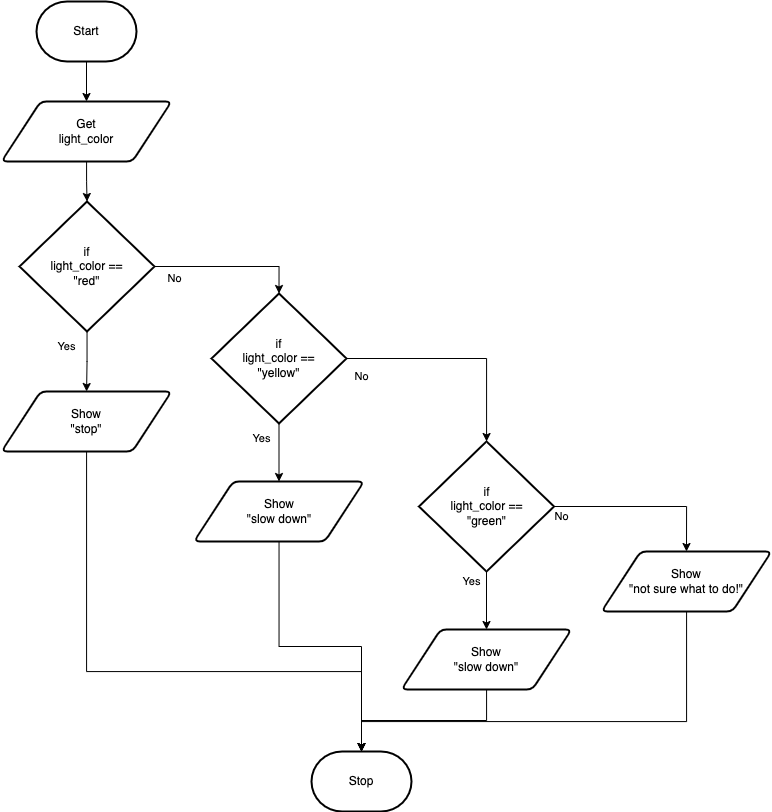
Before: docs/structured-problem-solving/images/flowchart-if-then-elseif-else.png, a diagram exported from draw.io (Mr-Coxall/Computer-Based-Problem-Solving). Source tidied: cells renumbered, new cells last; positions are measured from the earlier drawing's top-left corner, leaving out a move shared by most shapes. The source it was exported from:
```xml
<mxGraphModel>
  <root>
    <mxCell id="0" />
    <mxCell id="1" parent="0" />
    <mxCell id="2" style="edgeStyle=orthogonalEdgeStyle;html=1;rounded=0;" parent="1" edge="1" source="3" target="5">
      <mxGeometry relative="1" as="geometry" />
    </mxCell>
    <mxCell id="3" value="Start" style="strokeWidth=2;html=1;shape=mxgraph.flowchart.terminator;whiteSpace=wrap;" parent="1" vertex="1">
      <mxGeometry x="35" width="100" height="60" as="geometry" />
    </mxCell>
    <mxCell id="4" style="edgeStyle=orthogonalEdgeStyle;html=1;rounded=0;" parent="1" edge="1" source="5" target="10">
      <mxGeometry relative="1" as="geometry" />
    </mxCell>
    <mxCell id="5" value="Get&lt;br&gt;light_color" style="shape=parallelogram;html=1;strokeWidth=2;perimeter=parallelogramPerimeter;whiteSpace=wrap;rounded=1;arcSize=12;size=0.23;" parent="1" vertex="1">
      <mxGeometry y="100" width="170" height="60" as="geometry" />
    </mxCell>
    <mxCell id="6" value="Stop" style="strokeWidth=2;html=1;shape=mxgraph.flowchart.terminator;whiteSpace=wrap;" parent="1" vertex="1">
      <mxGeometry x="310" y="750" width="100" height="60" as="geometry" />
    </mxCell>
    <mxCell id="7" style="edgeStyle=none;html=1;strokeColor=none;rounded=0;" parent="1" edge="1" source="10" target="12">
      <mxGeometry relative="1" as="geometry" />
    </mxCell>
    <mxCell id="8" style="edgeStyle=orthogonalEdgeStyle;rounded=0;html=1;" parent="1" edge="1" source="10" target="12">
      <mxGeometry relative="1" as="geometry" />
    </mxCell>
    <mxCell id="9" style="edgeStyle=orthogonalEdgeStyle;shape=connector;rounded=0;html=1;entryX=0.5;entryY=0;entryDx=0;entryDy=0;entryPerimeter=0;labelBackgroundColor=default;strokeColor=default;fontFamily=Helvetica;fontSize=11;fontColor=default;endArrow=classic;" parent="1" edge="1" source="10" target="17">
      <mxGeometry relative="1" as="geometry" />
    </mxCell>
    <mxCell id="10" value="if&lt;br&gt;light_color ==&lt;br&gt;&quot;red&quot;" style="strokeWidth=2;html=1;shape=mxgraph.flowchart.decision;whiteSpace=wrap;" parent="1" vertex="1">
      <mxGeometry x="18" y="200" width="135" height="130" as="geometry" />
    </mxCell>
    <mxCell id="11" style="edgeStyle=orthogonalEdgeStyle;shape=connector;rounded=0;html=1;labelBackgroundColor=default;strokeColor=default;fontFamily=Helvetica;fontSize=11;fontColor=default;endArrow=classic;" parent="1" edge="1" source="12" target="6">
      <mxGeometry relative="1" as="geometry">
        <Array as="points">
          <mxPoint x="85" y="670" />
          <mxPoint x="360" y="670" />
        </Array>
      </mxGeometry>
    </mxCell>
    <mxCell id="12" value="Show&lt;br&gt;&quot;stop&quot;" style="shape=parallelogram;html=1;strokeWidth=2;perimeter=parallelogramPerimeter;whiteSpace=wrap;rounded=1;arcSize=12;size=0.23;" parent="1" vertex="1">
      <mxGeometry y="390" width="170" height="60" as="geometry" />
    </mxCell>
    <mxCell id="13" value="Yes" style="text;html=1;align=center;verticalAlign=middle;strokeColor=none;fillColor=none;fontSize=11;fontFamily=Helvetica;fontColor=default;" parent="1" vertex="1">
      <mxGeometry x="45" y="330" width="40" height="30" as="geometry" />
    </mxCell>
    <mxCell id="14" value="No" style="text;html=1;align=center;verticalAlign=middle;strokeColor=none;fillColor=none;fontSize=11;fontFamily=Helvetica;fontColor=default;" parent="1" vertex="1">
      <mxGeometry x="153" y="262" width="40" height="30" as="geometry" />
    </mxCell>
    <mxCell id="15" style="edgeStyle=orthogonalEdgeStyle;shape=connector;rounded=0;html=1;labelBackgroundColor=default;strokeColor=default;fontFamily=Helvetica;fontSize=11;fontColor=default;endArrow=classic;" parent="1" edge="1" source="17" target="19">
      <mxGeometry relative="1" as="geometry" />
    </mxCell>
    <mxCell id="16" style="edgeStyle=orthogonalEdgeStyle;shape=connector;rounded=0;html=1;labelBackgroundColor=default;strokeColor=default;fontFamily=Helvetica;fontSize=11;fontColor=default;endArrow=classic;" parent="1" edge="1" source="17" target="22">
      <mxGeometry relative="1" as="geometry" />
    </mxCell>
    <mxCell id="17" value="if&lt;br&gt;light_color ==&lt;br&gt;&quot;yellow&quot;" style="strokeWidth=2;html=1;shape=mxgraph.flowchart.decision;whiteSpace=wrap;" parent="1" vertex="1">
      <mxGeometry x="210" y="292" width="135" height="130" as="geometry" />
    </mxCell>
    <mxCell id="18" style="edgeStyle=orthogonalEdgeStyle;shape=connector;rounded=0;html=1;labelBackgroundColor=default;strokeColor=default;fontFamily=Helvetica;fontSize=11;fontColor=default;endArrow=classic;" parent="1" edge="1" source="19" target="6">
      <mxGeometry relative="1" as="geometry" />
    </mxCell>
    <mxCell id="19" value="Show&lt;br&gt;&quot;slow down&quot;" style="shape=parallelogram;html=1;strokeWidth=2;perimeter=parallelogramPerimeter;whiteSpace=wrap;rounded=1;arcSize=12;size=0.23;" parent="1" vertex="1">
      <mxGeometry x="192.5" y="480" width="170" height="60" as="geometry" />
    </mxCell>
    <mxCell id="20" style="edgeStyle=orthogonalEdgeStyle;shape=connector;rounded=0;html=1;labelBackgroundColor=default;strokeColor=default;fontFamily=Helvetica;fontSize=11;fontColor=default;endArrow=classic;" parent="1" edge="1" source="22" target="24">
      <mxGeometry relative="1" as="geometry" />
    </mxCell>
    <mxCell id="21" style="edgeStyle=orthogonalEdgeStyle;shape=connector;rounded=0;html=1;entryX=0.5;entryY=0;entryDx=0;entryDy=0;labelBackgroundColor=default;strokeColor=default;fontFamily=Helvetica;fontSize=11;fontColor=default;endArrow=classic;" parent="1" edge="1" source="22" target="26">
      <mxGeometry relative="1" as="geometry" />
    </mxCell>
    <mxCell id="22" value="if&lt;br&gt;light_color ==&lt;br&gt;&quot;green&quot;" style="strokeWidth=2;html=1;shape=mxgraph.flowchart.decision;whiteSpace=wrap;" parent="1" vertex="1">
      <mxGeometry x="417.5" y="440" width="135" height="130" as="geometry" />
    </mxCell>
    <mxCell id="23" style="edgeStyle=orthogonalEdgeStyle;shape=connector;rounded=0;html=1;labelBackgroundColor=default;strokeColor=default;fontFamily=Helvetica;fontSize=11;fontColor=default;endArrow=classic;" parent="1" edge="1" source="24" target="6">
      <mxGeometry relative="1" as="geometry" />
    </mxCell>
    <mxCell id="24" value="Show&lt;br&gt;&quot;slow down&quot;" style="shape=parallelogram;html=1;strokeWidth=2;perimeter=parallelogramPerimeter;whiteSpace=wrap;rounded=1;arcSize=12;size=0.23;" parent="1" vertex="1">
      <mxGeometry x="400" y="628" width="170" height="60" as="geometry" />
    </mxCell>
    <mxCell id="25" style="edgeStyle=orthogonalEdgeStyle;shape=connector;rounded=0;html=1;labelBackgroundColor=default;strokeColor=default;fontFamily=Helvetica;fontSize=11;fontColor=default;endArrow=classic;" parent="1" edge="1" source="26" target="6">
      <mxGeometry relative="1" as="geometry">
        <Array as="points">
          <mxPoint x="685" y="720" />
          <mxPoint x="360" y="720" />
        </Array>
      </mxGeometry>
    </mxCell>
    <mxCell id="26" value="Show&lt;br&gt;&quot;not sure what to do!&quot;" style="shape=parallelogram;html=1;strokeWidth=2;perimeter=parallelogramPerimeter;whiteSpace=wrap;rounded=1;arcSize=12;size=0.23;" parent="1" vertex="1">
      <mxGeometry x="600" y="550" width="170" height="60" as="geometry" />
    </mxCell>
    <mxCell id="27" value="Yes" style="text;html=1;align=center;verticalAlign=middle;strokeColor=none;fillColor=none;fontSize=11;fontFamily=Helvetica;fontColor=default;" parent="1" vertex="1">
      <mxGeometry x="240" y="422" width="40" height="30" as="geometry" />
    </mxCell>
    <mxCell id="28" value="No" style="text;html=1;align=center;verticalAlign=middle;strokeColor=none;fillColor=none;fontSize=11;fontFamily=Helvetica;fontColor=default;" parent="1" vertex="1">
      <mxGeometry x="340" y="360" width="40" height="30" as="geometry" />
    </mxCell>
    <mxCell id="29" value="No" style="text;html=1;align=center;verticalAlign=middle;strokeColor=none;fillColor=none;fontSize=11;fontFamily=Helvetica;fontColor=default;" parent="1" vertex="1">
      <mxGeometry x="540" y="500" width="40" height="30" as="geometry" />
    </mxCell>
    <mxCell id="30" value="Yes" style="text;html=1;align=center;verticalAlign=middle;strokeColor=none;fillColor=none;fontSize=11;fontFamily=Helvetica;fontColor=default;" parent="1" vertex="1">
      <mxGeometry x="450" y="565" width="40" height="30" as="geometry" />
    </mxCell>
  </root>
</mxGraphModel>
```
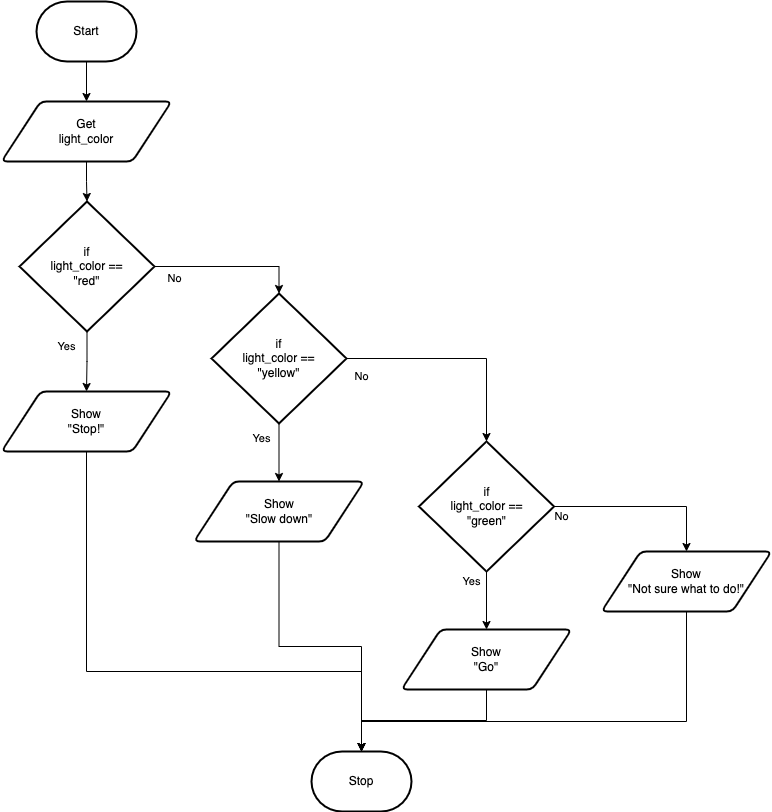
After the change.

Change to the diagram source:
```diff
@@ -37,7 +37,7 @@
         </Array>
       </mxGeometry>
     </mxCell>
-    <mxCell id="12" value="Show&lt;br&gt;&quot;stop&quot;" style="shape=parallelogram;html=1;strokeWidth=2;perimeter=parallelogramPerimeter;whiteSpace=wrap;rounded=1;arcSize=12;size=0.23;" parent="1" vertex="1">
+    <mxCell id="12" value="Show&lt;br&gt;&quot;Stop!&quot;" style="shape=parallelogram;html=1;strokeWidth=2;perimeter=parallelogramPerimeter;whiteSpace=wrap;rounded=1;arcSize=12;size=0.23;" parent="1" vertex="1">
       <mxGeometry y="390" width="170" height="60" as="geometry" />
     </mxCell>
     <mxCell id="13" value="Yes" style="text;html=1;align=center;verticalAlign=middle;strokeColor=none;fillColor=none;fontSize=11;fontFamily=Helvetica;fontColor=default;" parent="1" vertex="1">
@@ -58,7 +58,7 @@
     <mxCell id="18" style="edgeStyle=orthogonalEdgeStyle;shape=connector;rounded=0;html=1;labelBackgroundColor=default;strokeColor=default;fontFamily=Helvetica;fontSize=11;fontColor=default;endArrow=classic;" parent="1" edge="1" source="19" target="6">
       <mxGeometry relative="1" as="geometry" />
     </mxCell>
-    <mxCell id="19" value="Show&lt;br&gt;&quot;slow down&quot;" style="shape=parallelogram;html=1;strokeWidth=2;perimeter=parallelogramPerimeter;whiteSpace=wrap;rounded=1;arcSize=12;size=0.23;" parent="1" vertex="1">
+    <mxCell id="19" value="Show&lt;br&gt;&quot;Slow down&quot;" style="shape=parallelogram;html=1;strokeWidth=2;perimeter=parallelogramPerimeter;whiteSpace=wrap;rounded=1;arcSize=12;size=0.23;" parent="1" vertex="1">
       <mxGeometry x="192.5" y="480" width="170" height="60" as="geometry" />
     </mxCell>
     <mxCell id="20" style="edgeStyle=orthogonalEdgeStyle;shape=connector;rounded=0;html=1;labelBackgroundColor=default;strokeColor=default;fontFamily=Helvetica;fontSize=11;fontColor=default;endArrow=classic;" parent="1" edge="1" source="22" target="24">
@@ -73,7 +73,7 @@
     <mxCell id="23" style="edgeStyle=orthogonalEdgeStyle;shape=connector;rounded=0;html=1;labelBackgroundColor=default;strokeColor=default;fontFamily=Helvetica;fontSize=11;fontColor=default;endArrow=classic;" parent="1" edge="1" source="24" target="6">
       <mxGeometry relative="1" as="geometry" />
     </mxCell>
-    <mxCell id="24" value="Show&lt;br&gt;&quot;slow down&quot;" style="shape=parallelogram;html=1;strokeWidth=2;perimeter=parallelogramPerimeter;whiteSpace=wrap;rounded=1;arcSize=12;size=0.23;" parent="1" vertex="1">
+    <mxCell id="24" value="Show&lt;br&gt;&quot;Go&quot;" style="shape=parallelogram;html=1;strokeWidth=2;perimeter=parallelogramPerimeter;whiteSpace=wrap;rounded=1;arcSize=12;size=0.23;" parent="1" vertex="1">
       <mxGeometry x="400" y="628" width="170" height="60" as="geometry" />
     </mxCell>
     <mxCell id="25" style="edgeStyle=orthogonalEdgeStyle;shape=connector;rounded=0;html=1;labelBackgroundColor=default;strokeColor=default;fontFamily=Helvetica;fontSize=11;fontColor=default;endArrow=classic;" parent="1" edge="1" source="26" target="6">
@@ -84,7 +84,7 @@
         </Array>
       </mxGeometry>
     </mxCell>
-    <mxCell id="26" value="Show&lt;br&gt;&quot;not sure what to do!&quot;" style="shape=parallelogram;html=1;strokeWidth=2;perimeter=parallelogramPerimeter;whiteSpace=wrap;rounded=1;arcSize=12;size=0.23;" parent="1" vertex="1">
+    <mxCell id="26" value="Show&lt;br&gt;&quot;Not sure what to do!&quot;" style="shape=parallelogram;html=1;strokeWidth=2;perimeter=parallelogramPerimeter;whiteSpace=wrap;rounded=1;arcSize=12;size=0.23;" parent="1" vertex="1">
       <mxGeometry x="600" y="550" width="170" height="60" as="geometry" />
     </mxCell>
     <mxCell id="27" value="Yes" style="text;html=1;align=center;verticalAlign=middle;strokeColor=none;fillColor=none;fontSize=11;fontFamily=Helvetica;fontColor=default;" parent="1" vertex="1">
```
